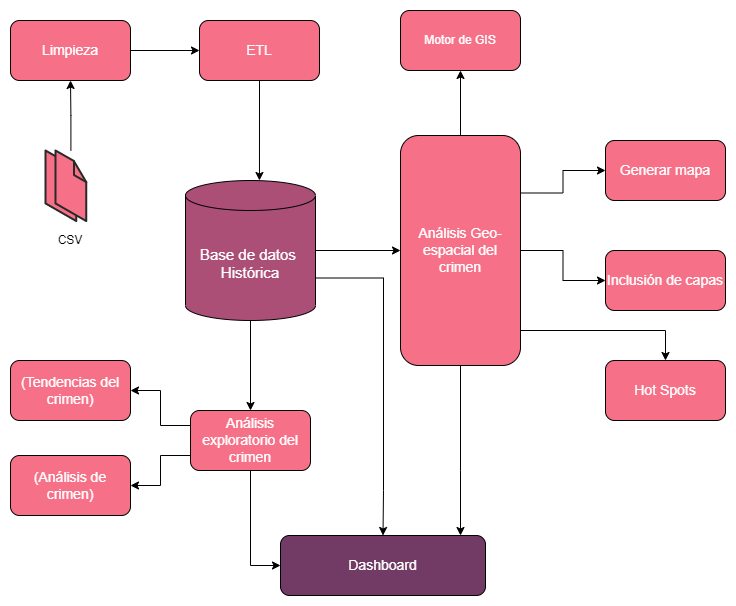
This is Diagramas/Arquitectura del sistema/ArquitecturadelSistemaTT.drawio.png from OscarMendoza-afk/TTAnalisisDeCrimen, a draw.io export, as it was before one commit. Source tidied: cells renumbered, new cells last; positions are measured from the earlier drawing's top-left corner, leaving out a move shared by most shapes.
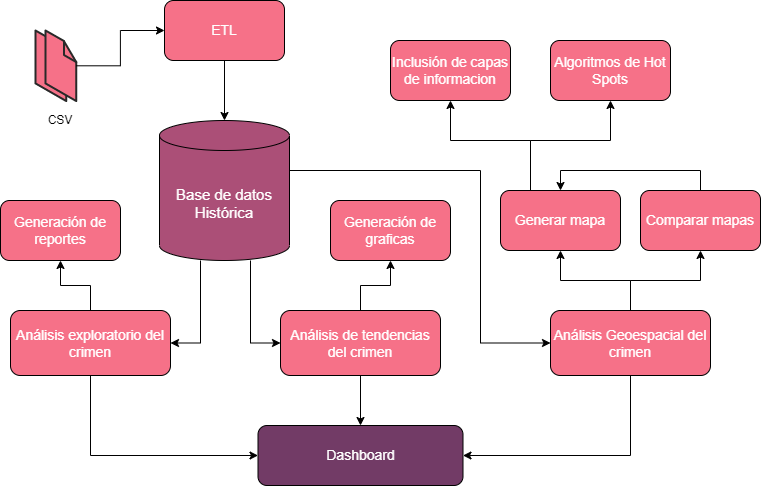
The same diagram one commit later.

What changed in the source:
```diff
@@ -2,34 +2,42 @@
   <root>
     <mxCell id="0" />
     <mxCell id="1" parent="0" />
-    <mxCell id="2" style="edgeStyle=orthogonalEdgeStyle;rounded=0;jettySize=auto;html=1;exitX=0.5;exitY=1;exitDx=0;exitDy=0;entryX=0.569;entryY=0;entryDx=0;entryDy=0;entryPerimeter=0;fontColor=#FFFFFF;" parent="1" edge="1" source="3" target="7">
+    <mxCell id="2" style="edgeStyle=orthogonalEdgeStyle;rounded=0;jettySize=auto;html=1;entryX=0.5;entryY=0;entryDx=0;entryDy=0;entryPerimeter=0;" parent="1" edge="1" source="3" target="7">
       <mxGeometry relative="1" as="geometry" />
     </mxCell>
     <mxCell id="3" value="ETL" style="rounded=1;whiteSpace=wrap;html=1;fillColor=#f67188;fontColor=#FFFFFF;fontSize=14;" parent="1" vertex="1">
-      <mxGeometry x="189" y="10" width="120" height="60" as="geometry" />
+      <mxGeometry x="189" y="50" width="120" height="60" as="geometry" />
     </mxCell>
-    <mxCell id="4" style="edgeStyle=orthogonalEdgeStyle;rounded=0;jettySize=auto;html=1;exitX=0.5;exitY=1;exitDx=0;exitDy=0;exitPerimeter=0;entryX=0.5;entryY=0;entryDx=0;entryDy=0;" parent="1" edge="1" source="7" target="19">
-      <mxGeometry relative="1" as="geometry" />
+    <mxCell id="4" style="edgeStyle=orthogonalEdgeStyle;rounded=0;jettySize=auto;html=1;entryX=1;entryY=0.5;entryDx=0;entryDy=0;" parent="1" edge="1" source="7" target="19">
+      <mxGeometry relative="1" as="geometry">
+        <Array as="points">
+          <mxPoint x="225" y="393" />
+        </Array>
+      </mxGeometry>
     </mxCell>
+    <mxCell id="33" style="edgeStyle=orthogonalEdgeStyle;rounded=0;jettySize=auto;html=1;entryX=0;entryY=0.5;entryDx=0;entryDy=0;" parent="1" edge="1" source="7" target="39">
+      <mxGeometry relative="1" as="geometry">
+        <Array as="points">
+          <mxPoint x="275" y="393" />
+        </Array>
+      </mxGeometry>
+    </mxCell>
-    <mxCell id="5" style="edgeStyle=orthogonalEdgeStyle;rounded=0;jettySize=auto;html=1;exitX=1;exitY=0.5;exitDx=0;exitDy=0;exitPerimeter=0;entryX=0;entryY=0.5;entryDx=0;entryDy=0;" parent="1" edge="1" source="7" target="26">
-      <mxGeometry relative="1" as="geometry" />
+    <mxCell id="5" style="edgeStyle=orthogonalEdgeStyle;rounded=0;jettySize=auto;html=1;entryX=0;entryY=0.5;entryDx=0;entryDy=0;" parent="1" edge="1" source="7" target="26">
+      <mxGeometry relative="1" as="geometry">
+        <Array as="points">
+          <mxPoint x="505" y="220" />
+          <mxPoint x="505" y="393" />
+        </Array>
+      </mxGeometry>
     </mxCell>
-    <mxCell id="6" style="edgeStyle=orthogonalEdgeStyle;rounded=0;jettySize=auto;html=1;exitX=1;exitY=0;exitDx=0;exitDy=97.5;exitPerimeter=0;entryX=0.5;entryY=0;entryDx=0;entryDy=0;fontColor=#FFFFFF;" parent="1" edge="1" source="7" target="8">
-      <mxGeometry relative="1" as="geometry">
-        <Array as="points">
-          <mxPoint x="373" y="268" />
-          <mxPoint x="373" y="480" />
-        </Array>
-      </mxGeometry>
-    </mxCell>
     <mxCell id="7" value="&lt;font style=&quot;font-size: 15px;&quot;&gt;Base de datos &lt;br style=&quot;font-size: 15px;&quot;&gt;Histórica&lt;/font&gt;" style="shape=cylinder3;whiteSpace=wrap;html=1;boundedLbl=1;backgroundOutline=1;size=15;fontColor=#FFFFFF;fillColor=#AB4F77;fontSize=15;" parent="1" vertex="1">
-      <mxGeometry x="175" y="170" width="130" height="140" as="geometry" />
+      <mxGeometry x="184" y="170" width="130" height="140" as="geometry" />
     </mxCell>
     <mxCell id="8" value="Dashboard" style="rounded=1;whiteSpace=wrap;html=1;fontSize=14;fontColor=#FFFFFF;fillColor=#723b66;" parent="1" vertex="1">
-      <mxGeometry x="270" y="525" width="205" height="60" as="geometry" />
+      <mxGeometry x="282.5" y="475" width="205" height="60" as="geometry" />
     </mxCell>
     <mxCell id="9" style="group;" parent="1" vertex="1">
-      <mxGeometry x="30" y="140" width="60" height="104.7" as="geometry" />
+      <mxGeometry x="55" y="80" width="60" height="104.7" as="geometry" />
     </mxCell>
     <mxCell id="10" style="group;" parent="9" vertex="1">
       <mxGeometry x="5" width="40.8" height="70.6" as="geometry" />
@@ -43,72 +51,80 @@
     <mxCell id="13" value="CSV" style="text;html=1;strokeColor=none;fillColor=none;align=center;verticalAlign=middle;whiteSpace=wrap;rounded=0;" parent="9" vertex="1">
       <mxGeometry y="74.7" width="60" height="30" as="geometry" />
     </mxCell>
-    <mxCell id="14" style="edgeStyle=orthogonalEdgeStyle;rounded=0;jettySize=auto;html=1;exitX=1;exitY=0.5;exitDx=0;exitDy=0;entryX=0;entryY=0.5;entryDx=0;entryDy=0;fontColor=#FFFFFF;" parent="1" edge="1" source="15" target="3">
-      <mxGeometry relative="1" as="geometry" />
-    </mxCell>
-    <mxCell id="15" value="Limpieza" style="rounded=1;whiteSpace=wrap;html=1;fontSize=14;fontColor=#FFFFFF;fillColor=#F67188;" parent="1" vertex="1">
-      <mxGeometry y="10" width="120" height="60" as="geometry" />
-    </mxCell>
-    <mxCell id="16" style="edgeStyle=orthogonalEdgeStyle;rounded=0;jettySize=auto;html=1;exitX=0;exitY=0.25;exitDx=0;exitDy=0;" parent="1" edge="1" source="19" target="20">
-      <mxGeometry relative="1" as="geometry" />
-    </mxCell>
-    <mxCell id="17" style="edgeStyle=orthogonalEdgeStyle;rounded=0;jettySize=auto;html=1;exitX=0.5;exitY=1;exitDx=0;exitDy=0;entryX=0;entryY=0.5;entryDx=0;entryDy=0;" parent="1" edge="1" source="19" target="8">
+    <mxCell id="17" style="edgeStyle=orthogonalEdgeStyle;rounded=0;jettySize=auto;html=1;entryX=0;entryY=0.5;entryDx=0;entryDy=0;exitX=0.5;exitY=1;exitDx=0;exitDy=0;" parent="1" edge="1" source="19" target="8">
       <mxGeometry relative="1" as="geometry" />
     </mxCell>
-    <mxCell id="18" style="edgeStyle=orthogonalEdgeStyle;rounded=0;jettySize=auto;html=1;exitX=0;exitY=0.75;exitDx=0;exitDy=0;entryX=1;entryY=0.5;entryDx=0;entryDy=0;fontColor=#FFFFFF;" parent="1" edge="1" source="19" target="28">
+    <mxCell id="18" style="edgeStyle=orthogonalEdgeStyle;rounded=0;jettySize=auto;html=1;entryX=0.5;entryY=1;entryDx=0;entryDy=0;" parent="1" edge="1" source="19" target="28">
       <mxGeometry relative="1" as="geometry" />
     </mxCell>
     <mxCell id="19" value="Análisis exploratorio del crimen" style="rounded=1;whiteSpace=wrap;html=1;fontSize=14;fontColor=#FFFFFF;fillColor=#F67188;" parent="1" vertex="1">
-      <mxGeometry x="180" y="400" width="120" height="60" as="geometry" />
+      <mxGeometry x="35" y="360" width="160" height="65" as="geometry" />
     </mxCell>
-    <mxCell id="20" value="(Tendencias del crimen)" style="rounded=1;whiteSpace=wrap;html=1;fontSize=14;fontColor=#FFFFFF;fillColor=#F67188;" parent="1" vertex="1">
-      <mxGeometry y="350" width="120" height="60" as="geometry" />
-    </mxCell>
-    <mxCell id="21" style="edgeStyle=orthogonalEdgeStyle;rounded=0;jettySize=auto;html=1;exitX=0.5;exitY=0;exitDx=0;exitDy=0;entryX=0.5;entryY=1;entryDx=0;entryDy=0;" parent="1" edge="1" source="26" target="27">
-      <mxGeometry relative="1" as="geometry" />
-    </mxCell>
-    <mxCell id="22" style="edgeStyle=orthogonalEdgeStyle;rounded=0;jettySize=auto;html=1;exitX=0.5;exitY=1;exitDx=0;exitDy=0;fontColor=#FFFFFF;" parent="1" edge="1" source="26" target="8">
-      <mxGeometry relative="1" as="geometry">
-        <Array as="points">
-          <mxPoint x="450" y="460" />
-          <mxPoint x="450" y="460" />
-        </Array>
-      </mxGeometry>
+    <mxCell id="22" style="edgeStyle=orthogonalEdgeStyle;rounded=0;jettySize=auto;html=1;entryX=1;entryY=0.5;entryDx=0;entryDy=0;exitX=0.5;exitY=1;exitDx=0;exitDy=0;" parent="1" edge="1" source="26" target="8">
+      <mxGeometry relative="1" as="geometry" />
     </mxCell>
-    <mxCell id="23" style="edgeStyle=orthogonalEdgeStyle;rounded=0;jettySize=auto;html=1;exitX=1;exitY=0.25;exitDx=0;exitDy=0;fontColor=#FFFFFF;" parent="1" edge="1" source="26" target="29">
+    <mxCell id="23" style="edgeStyle=orthogonalEdgeStyle;rounded=0;jettySize=auto;html=1;entryX=0.5;entryY=1;entryDx=0;entryDy=0;" parent="1" edge="1" source="26" target="29">
       <mxGeometry relative="1" as="geometry" />
     </mxCell>
-    <mxCell id="24" style="edgeStyle=orthogonalEdgeStyle;rounded=0;jettySize=auto;html=1;exitX=1;exitY=0.5;exitDx=0;exitDy=0;entryX=0;entryY=0.5;entryDx=0;entryDy=0;fontColor=#FFFFFF;" parent="1" edge="1" source="26" target="30">
-      <mxGeometry relative="1" as="geometry" />
-    </mxCell>
-    <mxCell id="25" style="edgeStyle=orthogonalEdgeStyle;rounded=0;jettySize=auto;html=1;exitX=1;exitY=0.75;exitDx=0;exitDy=0;fontColor=#FFFFFF;entryX=0.5;entryY=0;entryDx=0;entryDy=0;" parent="1" edge="1" source="26" target="31">
-      <mxGeometry relative="1" as="geometry">
-        <Array as="points">
-          <mxPoint x="510" y="320" />
-          <mxPoint x="655" y="320" />
-        </Array>
-      </mxGeometry>
-    </mxCell>
+    <mxCell id="34" style="edgeStyle=orthogonalEdgeStyle;rounded=0;jettySize=auto;html=1;entryX=0.5;entryY=1;entryDx=0;entryDy=0;" parent="1" edge="1" source="26" target="43">
+      <mxGeometry relative="1" as="geometry" />
+    </mxCell>
-    <mxCell id="26" value="Análisis Geo-espacial del crimen" style="rounded=1;whiteSpace=wrap;html=1;fontSize=14;fontColor=#FFFFFF;fillColor=#F67188;" parent="1" vertex="1">
-      <mxGeometry x="390" y="125" width="120" height="230" as="geometry" />
+    <mxCell id="26" value="Análisis Geoespacial del crimen" style="rounded=1;whiteSpace=wrap;html=1;fontSize=14;fontColor=#FFFFFF;fillColor=#F67188;" parent="1" vertex="1">
+      <mxGeometry x="575" y="360" width="160" height="65" as="geometry" />
     </mxCell>
-    <mxCell id="27" value="Motor de GIS" style="rounded=1;whiteSpace=wrap;html=1;fillColor=#F67188;fontColor=#FFFFFF;" parent="1" vertex="1">
-      <mxGeometry x="390" width="120" height="60" as="geometry" />
-    </mxCell>
-    <mxCell id="28" value="(Análisis de crimen)" style="rounded=1;whiteSpace=wrap;html=1;fontSize=14;fontColor=#FFFFFF;fillColor=#F67188;" parent="1" vertex="1">
-      <mxGeometry y="445" width="120" height="60" as="geometry" />
+    <mxCell id="28" value="Generación de reportes" style="rounded=1;whiteSpace=wrap;html=1;fontSize=14;fontColor=#FFFFFF;fillColor=#F67188;" parent="1" vertex="1">
+      <mxGeometry x="25" y="250" width="120" height="60" as="geometry" />
     </mxCell>
+    <mxCell id="35" style="edgeStyle=orthogonalEdgeStyle;rounded=0;jettySize=auto;html=1;entryX=0.5;entryY=1;entryDx=0;entryDy=0;" parent="1" edge="1" source="29" target="30">
+      <mxGeometry relative="1" as="geometry">
+        <Array as="points">
+          <mxPoint x="555" y="190" />
+          <mxPoint x="475" y="190" />
+        </Array>
+      </mxGeometry>
+    </mxCell>
+    <mxCell id="36" style="edgeStyle=orthogonalEdgeStyle;rounded=0;jettySize=auto;html=1;entryX=0.5;entryY=1;entryDx=0;entryDy=0;" parent="1" edge="1" source="29" target="31">
+      <mxGeometry relative="1" as="geometry">
+        <Array as="points">
+          <mxPoint x="555" y="190" />
+          <mxPoint x="635" y="190" />
+        </Array>
+      </mxGeometry>
+    </mxCell>
     <mxCell id="29" value="Generar mapa" style="rounded=1;whiteSpace=wrap;html=1;fontSize=14;fontColor=#FFFFFF;fillColor=#F67188;" parent="1" vertex="1">
-      <mxGeometry x="595" y="130" width="120" height="60" as="geometry" />
+      <mxGeometry x="525" y="240" width="120" height="60" as="geometry" />
     </mxCell>
-    <mxCell id="30" value="Inclusión de capas" style="rounded=1;whiteSpace=wrap;html=1;fontSize=14;fontColor=#FFFFFF;fillColor=#F67188;" parent="1" vertex="1">
-      <mxGeometry x="595" y="240" width="120" height="60" as="geometry" />
+    <mxCell id="30" value="Inclusión de capas de informacion" style="rounded=1;whiteSpace=wrap;html=1;fontSize=14;fontColor=#FFFFFF;fillColor=#F67188;" parent="1" vertex="1">
+      <mxGeometry x="415" y="90" width="120" height="60" as="geometry" />
     </mxCell>
-    <mxCell id="31" value="Hot Spots" style="rounded=1;whiteSpace=wrap;html=1;fontSize=14;fontColor=#FFFFFF;fillColor=#F67188;" parent="1" vertex="1">
-      <mxGeometry x="595" y="350" width="120" height="60" as="geometry" />
+    <mxCell id="31" value="Algoritmos de Hot Spots" style="rounded=1;whiteSpace=wrap;html=1;fontSize=14;fontColor=#FFFFFF;fillColor=#F67188;" parent="1" vertex="1">
+      <mxGeometry x="575" y="90" width="120" height="60" as="geometry" />
     </mxCell>
-    <mxCell id="32" style="edgeStyle=orthogonalEdgeStyle;rounded=0;jettySize=auto;html=1;fontColor=#FFFFFF;" parent="1" edge="1" source="12" target="15">
-      <mxGeometry relative="1" as="geometry" />
-    </mxCell>
+    <mxCell id="37" style="edgeStyle=orthogonalEdgeStyle;rounded=0;jettySize=auto;html=1;entryX=0.5;entryY=0;entryDx=0;entryDy=0;" parent="1" edge="1" source="39" target="8">
+      <mxGeometry relative="1" as="geometry" />
+    </mxCell>
+    <mxCell id="38" style="edgeStyle=orthogonalEdgeStyle;rounded=0;jettySize=auto;html=1;entryX=0.5;entryY=1;entryDx=0;entryDy=0;" parent="1" edge="1" source="39" target="41">
+      <mxGeometry relative="1" as="geometry" />
+    </mxCell>
+    <mxCell id="39" value="Análisis de tendencias del crimen" style="rounded=1;whiteSpace=wrap;html=1;fontSize=14;fontColor=#FFFFFF;fillColor=#F67188;" parent="1" vertex="1">
+      <mxGeometry x="305" y="360" width="160" height="65" as="geometry" />
+    </mxCell>
+    <mxCell id="40" style="edgeStyle=orthogonalEdgeStyle;rounded=0;jettySize=auto;html=1;entryX=0;entryY=0.5;entryDx=0;entryDy=0;" parent="1" edge="1" source="12" target="3">
+      <mxGeometry relative="1" as="geometry" />
+    </mxCell>
+    <mxCell id="41" value="Generación de graficas" style="rounded=1;whiteSpace=wrap;html=1;fontSize=14;fontColor=#FFFFFF;fillColor=#F67188;" parent="1" vertex="1">
+      <mxGeometry x="355" y="250" width="120" height="60" as="geometry" />
+    </mxCell>
+    <mxCell id="42" style="edgeStyle=orthogonalEdgeStyle;rounded=0;jettySize=auto;html=1;entryX=0.5;entryY=0;entryDx=0;entryDy=0;exitX=0.5;exitY=0;exitDx=0;exitDy=0;" parent="1" edge="1" source="43" target="29">
+      <mxGeometry relative="1" as="geometry">
+        <Array as="points">
+          <mxPoint x="725" y="220" />
+          <mxPoint x="585" y="220" />
+        </Array>
+      </mxGeometry>
+    </mxCell>
+    <mxCell id="43" value="Comparar mapas" style="rounded=1;whiteSpace=wrap;html=1;fontSize=14;fontColor=#FFFFFF;fillColor=#F67188;" parent="1" vertex="1">
+      <mxGeometry x="665" y="240" width="120" height="60" as="geometry" />
+    </mxCell>
   </root>
 </mxGraphModel>
```
